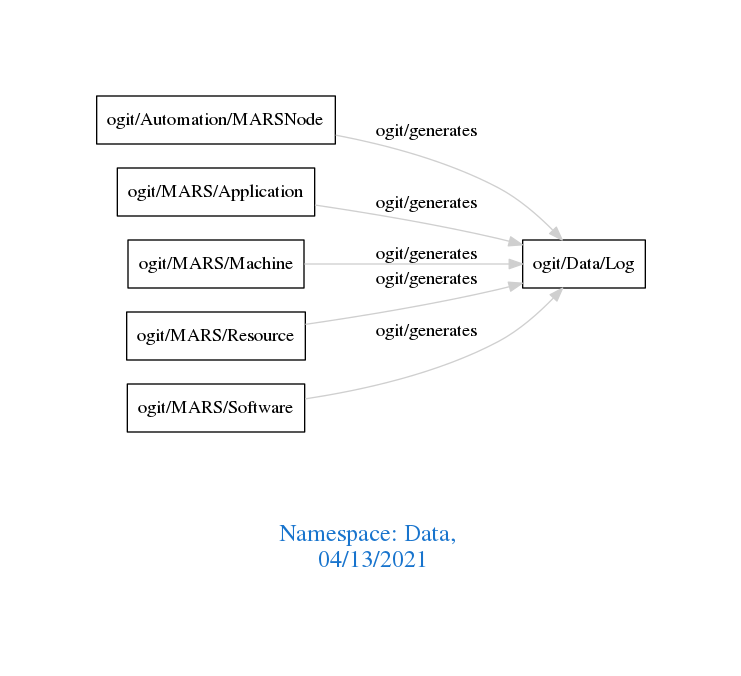
Above: downloads/Data.png in arago/OGIT (Graphviz), before the change. Its source is kept beside it as downloads/Data.dot.
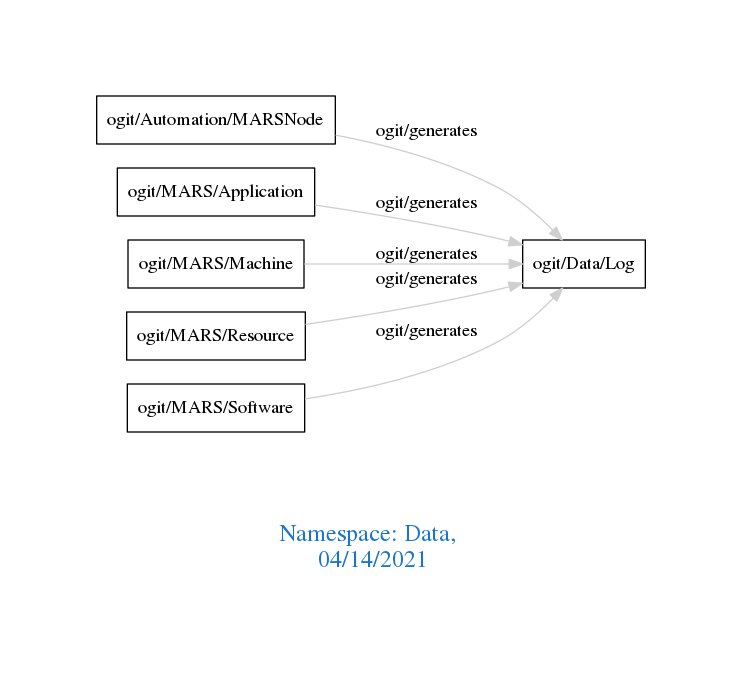
The same diagram one commit later.

Diff of the diagram source:
```diff
@@ -1,7 +1,7 @@
 digraph OGIT_ontology {
  graph [ rankdir= LR,pad=1
 fontsize = 18,
-fontcolor= dodgerblue3,label = "\n\n\nNamespace: Data, \n 04/13/2021"];
+fontcolor= dodgerblue3,label = "\n\n\nNamespace: Data, \n 04/14/2021"];
 node[shape=polygon];
 edge [  color="gray81"];
 
```
